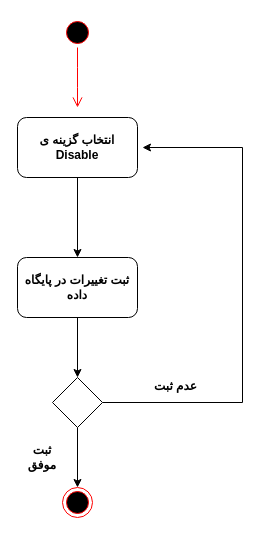
Before: docs/Disable Diagram.drawio in marketplus95/marketplus95, a draw.io diagram. Source tidied: cells renumbered, new cells numbered last; positions are measured from the earlier drawing's top-left corner, leaving out a move shared by most shapes. Both pictures are drawn from the tidied source at 100%, with x=0, y=0 at pixel (17, 17).
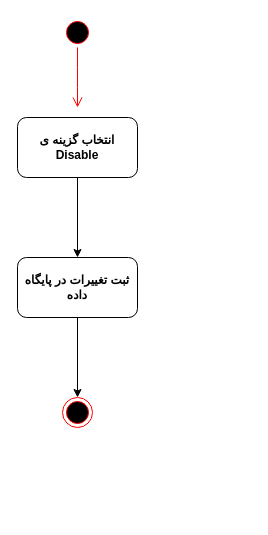
Above is the later version.

What changed in the source:
```diff
@@
 <mxGraphModel>
   <root>
     <mxCell id="0" />
     <mxCell id="1" parent="0" />
     <mxCell id="2" style="ellipse;html=1;shape=startState;fillColor=#000000;strokeColor=#ff0000;" parent="1" vertex="1">
       <mxGeometry x="45" width="30" height="30" as="geometry" />
     </mxCell>
     <mxCell id="3" style="edgeStyle=orthogonalEdgeStyle;html=1;verticalAlign=bottom;endArrow=open;endSize=8;strokeColor=#ff0000;" parent="1" edge="1" source="2">
       <mxGeometry relative="1" as="geometry">
         <mxPoint x="60" y="90" as="targetPoint" />
       </mxGeometry>
     </mxCell>
     <mxCell id="4" style="edgeStyle=orthogonalEdgeStyle;rounded=0;jettySize=auto;html=1;" parent="1" edge="1" source="5" target="7">
       <mxGeometry relative="1" as="geometry" />
     </mxCell>
     <mxCell id="5" value="&lt;div&gt;&lt;b&gt;انتخاب گزینه ی &lt;br&gt;&lt;/b&gt;&lt;/div&gt;&lt;div&gt;&lt;b&gt;Disable&lt;/b&gt;&lt;br&gt;&lt;/div&gt;" style="rounded=1;whiteSpace=wrap;html=1;" parent="1" vertex="1">
       <mxGeometry y="100" width="120" height="60" as="geometry" />
     </mxCell>
-    <mxCell id="6" style="edgeStyle=orthogonalEdgeStyle;rounded=0;jettySize=auto;html=1;entryX=0.5;entryY=0;entryDx=0;entryDy=0;" parent="1" edge="1" source="7" target="11">
-      <mxGeometry relative="1" as="geometry" />
-    </mxCell>
+    <mxCell id="14" style="edgeStyle=orthogonalEdgeStyle;rounded=0;jettySize=auto;html=1;entryX=0.5;entryY=0;entryDx=0;entryDy=0;" parent="1" edge="1" source="7" target="8">
+      <mxGeometry relative="1" as="geometry" />
+    </mxCell>
     <mxCell id="7" value="&lt;b&gt;ثبت تغییرات در پایگاه داده&lt;/b&gt;" style="rounded=1;whiteSpace=wrap;html=1;" parent="1" vertex="1">
       <mxGeometry y="240" width="120" height="60" as="geometry" />
     </mxCell>
     <mxCell id="8" style="ellipse;html=1;shape=endState;fillColor=#000000;strokeColor=#ff0000;" parent="1" vertex="1">
-      <mxGeometry x="45" y="470" width="30" height="30" as="geometry" />
+      <mxGeometry x="45" y="380" width="30" height="30" as="geometry" />
     </mxCell>
-    <mxCell id="9" style="edgeStyle=orthogonalEdgeStyle;rounded=0;jettySize=auto;html=1;entryX=0.5;entryY=0;entryDx=0;entryDy=0;" parent="1" edge="1" source="11" target="8">
-      <mxGeometry relative="1" as="geometry" />
-    </mxCell>
-    <mxCell id="10" style="edgeStyle=orthogonalEdgeStyle;rounded=0;jettySize=auto;html=1;" parent="1" edge="1" source="11">
-      <mxGeometry relative="1" as="geometry">
-        <mxPoint x="125" y="130" as="targetPoint" />
-        <Array as="points">
-          <mxPoint x="225" y="385" />
-          <mxPoint x="225" y="130" />
-        </Array>
-      </mxGeometry>
-    </mxCell>
-    <mxCell id="11" style="rhombus;whiteSpace=wrap;html=1;" parent="1" vertex="1">
-      <mxGeometry x="35" y="360" width="50" height="50" as="geometry" />
-    </mxCell>
-    <mxCell id="12" value="&lt;b&gt;ثبت موفق&lt;/b&gt;" style="text;html=1;strokeColor=none;fillColor=none;align=center;verticalAlign=middle;whiteSpace=wrap;rounded=0;" parent="1" vertex="1">
-      <mxGeometry x="5" y="430" width="40" height="20" as="geometry" />
-    </mxCell>
-    <mxCell id="13" value="&lt;b&gt;عدم ثبت&lt;/b&gt;" style="text;html=1;" parent="1" vertex="1">
-      <mxGeometry x="135" y="355" width="60" height="30" as="geometry" />
-    </mxCell>
   </root>
 </mxGraphModel>
```
